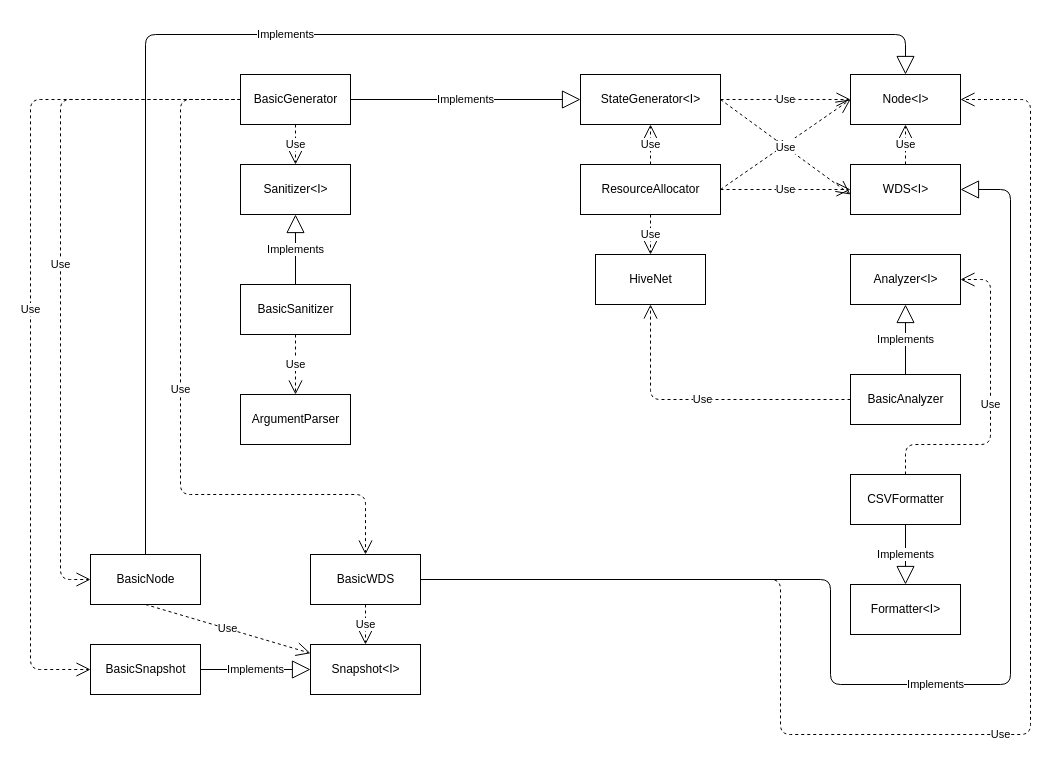
Above: page "Page-2" (2 of 3) of specs/DesignSpecs.drawio in arstevens/hive-sim (draw.io), before the change. Source tidied: cells renumbered, new cells numbered last; positions are measured from the earlier drawing's top-left corner, leaving out a move shared by most shapes. Both pictures are drawn from the tidied source at 100%, with x=0, y=0 at pixel (30, 34).
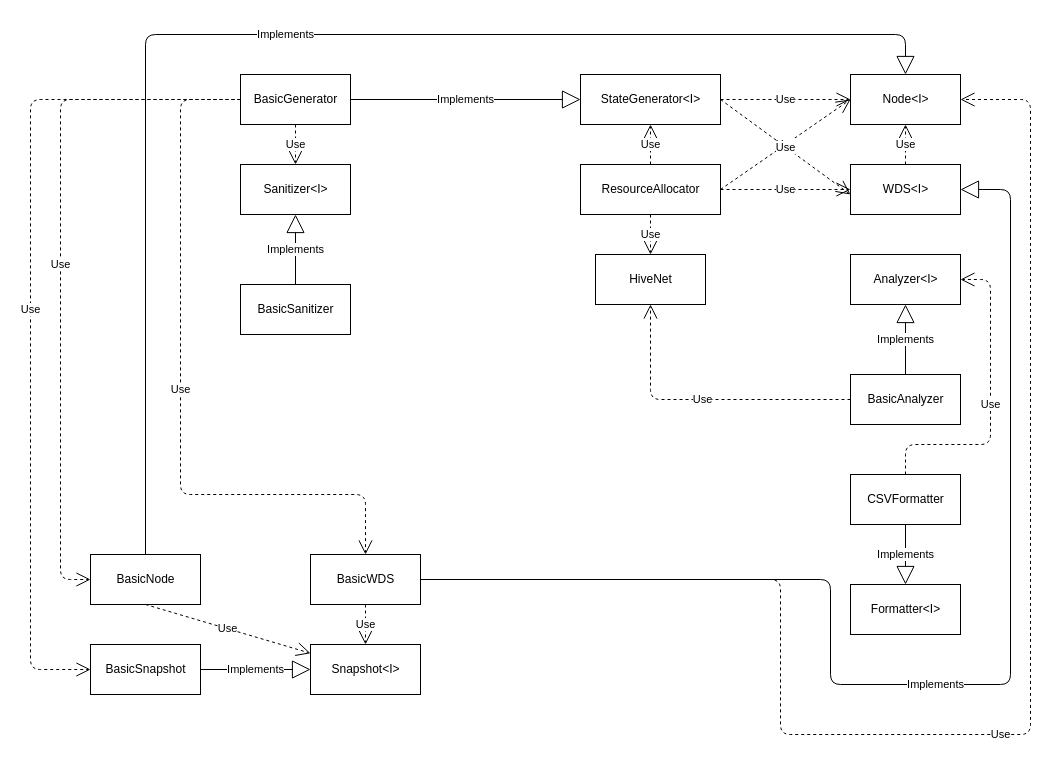
After the change.

Unchanged cells that the change refers to:
```xml
<mxCell id="5" value="BasicSanitizer" style="html=1;" parent="1" vertex="1">
  <mxGeometry x="210" y="250" width="110" height="50" as="geometry" />
</mxCell>
```

The edit, as a diff of the source:
```diff
@@
-    <mxCell id="4" value="&lt;div&gt;ArgumentParser&lt;/div&gt;" style="html=1;" parent="1" vertex="1">
-      <mxGeometry x="210" y="360" width="110" height="50" as="geometry" />
-    </mxCell>
@@
-    <mxCell id="22" value="Use" style="endArrow=open;endSize=12;dashed=1;html=1;exitX=0.5;exitY=1;exitDx=0;exitDy=0;entryX=0.5;entryY=0;entryDx=0;entryDy=0;" parent="1" edge="1" source="5" target="4">
-      <mxGeometry relative="1" as="geometry" />
-    </mxCell>
```
